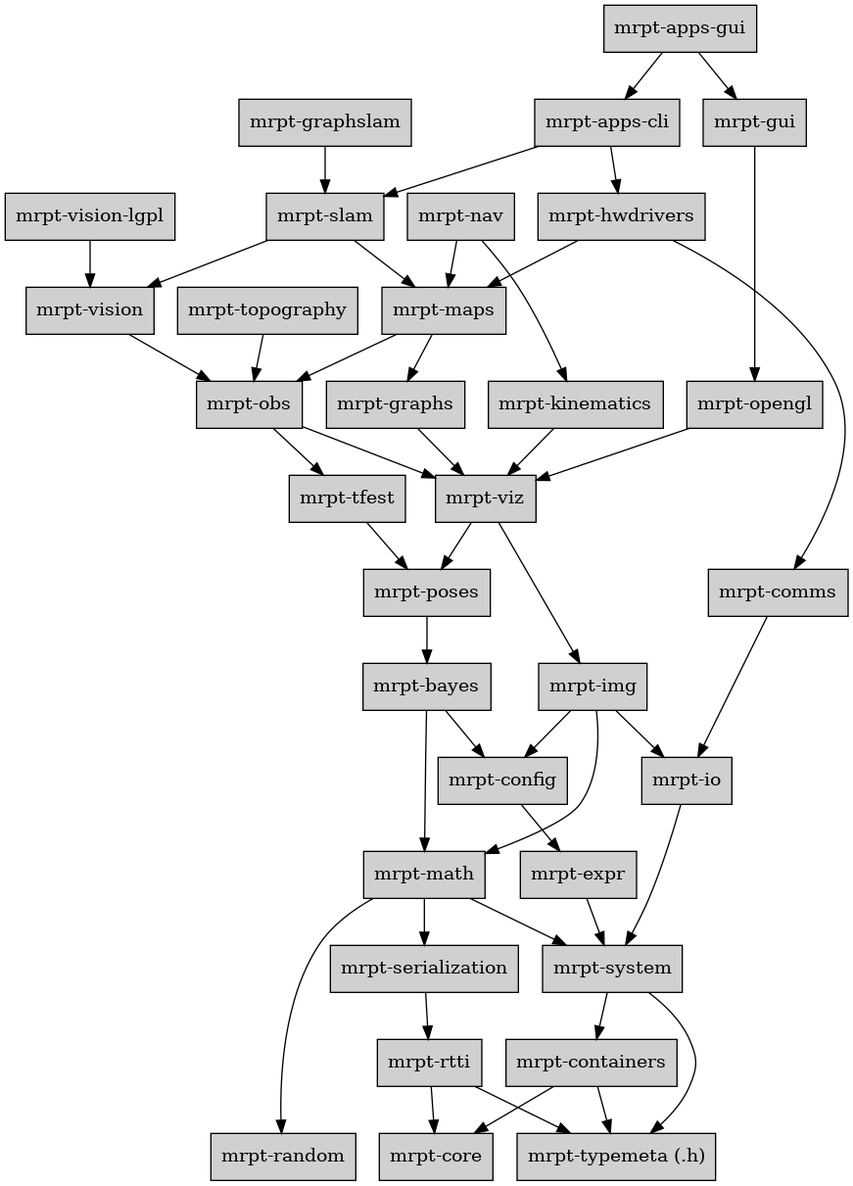
Before: doc/source/images/graph_mrpt_libs.png, a diagram exported from Graphviz (MRPT/mrpt). Its source is kept beside it as doc/source/images/graph_mrpt_libs.dot.
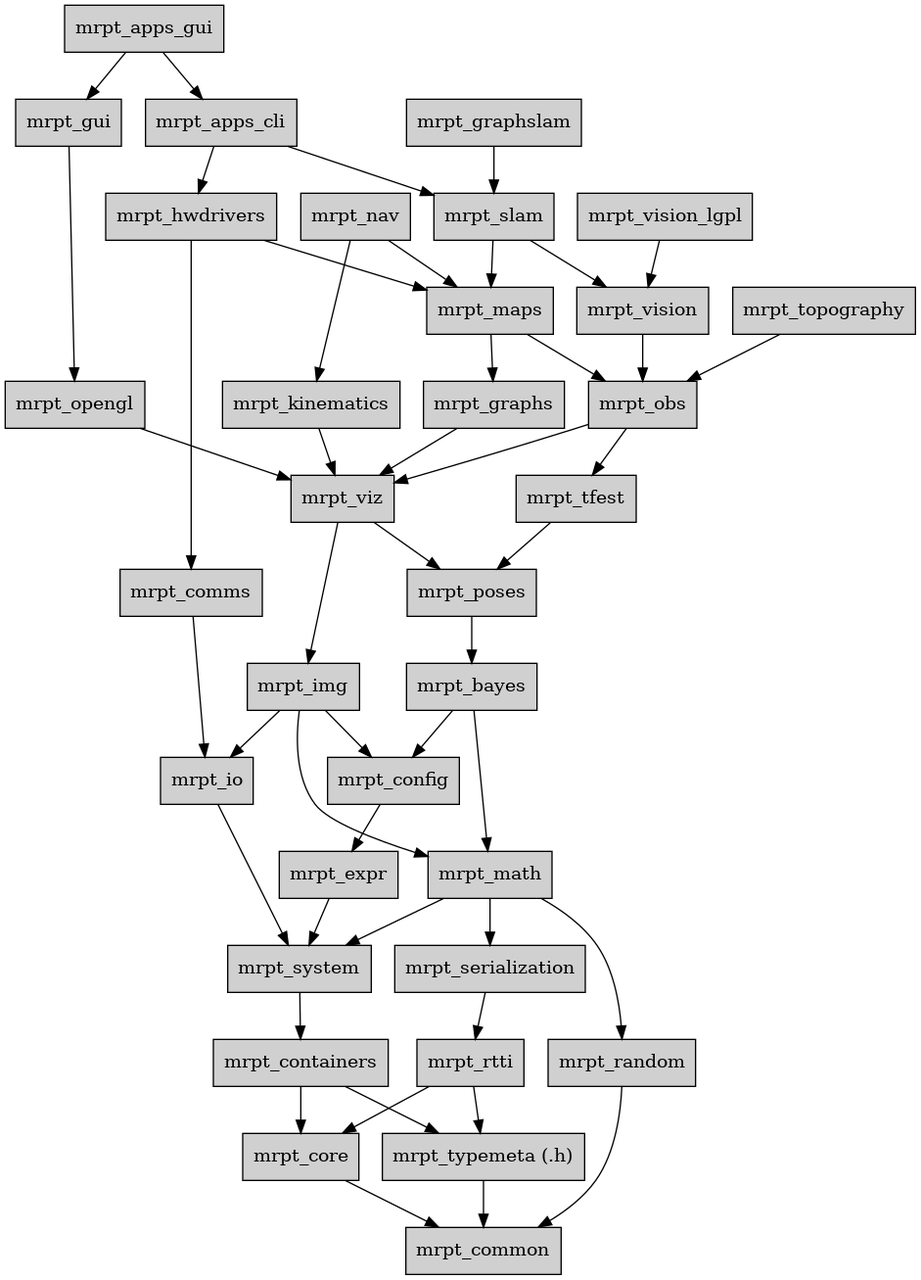
Later version of the same file.

What changed in the source:
```diff
@@ -2,118 +2,116 @@
 
 	node [shape=box,style=filled, fillcolor="#D0D0D0"];
 
-	apps_gui [label="mrpt-apps-gui",URL="group_mrpt_apps_gui_grp.html"];
+	common [label="mrpt_common",URL="mrpt_common.html"];
+
+	apps_gui [label="mrpt_apps_gui",URL="group_mrpt_apps_gui_grp.html"];
 	apps_gui -> apps_cli;
 	apps_gui -> gui;
 
-	apps_cli [label="mrpt-apps-cli",URL="group_mrpt_apps_cli_grp.html"];
+	apps_cli [label="mrpt_apps_cli",URL="group_mrpt_apps_cli_grp.html"];
 	apps_cli -> slam;
 	apps_cli -> hwdrivers;
 
-	bayes [label="mrpt-bayes",URL="group_mrpt_bayes_grp.html"];
+	bayes [label="mrpt_bayes",URL="group_mrpt_bayes_grp.html"];
 	bayes -> math;
 	bayes -> config;
 
-	comms [label="mrpt-comms",URL="group_mrpt_comms_grp.html"];
+	comms [label="mrpt_comms",URL="group_mrpt_comms_grp.html"];
 	comms -> io;
 
-	config   [label="mrpt-config",URL="group_mrpt_config_grp.html"];
+	config   [label="mrpt_config",URL="group_mrpt_config_grp.html"];
 	config -> expr;
 
-	containers  [label="mrpt-containers",URL="group_mrpt_containers_grp.html"];
+	containers  [label="mrpt_containers",URL="group_mrpt_containers_grp.html"];
 	containers -> core;
 	containers -> typemeta;
 
-	{ rank = sink;
-	core       [label="mrpt-core",URL="group_mrpt_core_grp.html"];
-	}
+	core       [label="mrpt_core",URL="group_mrpt_core_grp.html"];
+	core -> common;
 
-	expr       [label="mrpt-expr",URL="group_mrpt_expr_grp.html"];
+	expr       [label="mrpt_expr",URL="group_mrpt_expr_grp.html"];
 	expr -> system;
 
-	graphs     [label="mrpt-graphs",URL="group_mrpt_graphs_grp.html"];
+	graphs     [label="mrpt_graphs",URL="group_mrpt_graphs_grp.html"];
 	graphs -> viz;
 
-	graphslam  [label="mrpt-graphslam",URL="group_mrpt_graphslam_grp.html"];
+	graphslam  [label="mrpt_graphslam",URL="group_mrpt_graphslam_grp.html"];
 	graphslam -> slam;
 
-	gui        [label="mrpt-gui",URL="group_mrpt_gui_grp.html"];
+	gui        [label="mrpt_gui",URL="group_mrpt_gui_grp.html"];
 	gui -> opengl;
 
-	viz        [label="mrpt-viz",URL="group_mrpt_viz_grp.html"];
+	viz        [label="mrpt_viz",URL="group_mrpt_viz_grp.html"];
 	viz -> poses;
 	viz -> img;
 
-	hwdrivers  [label="mrpt-hwdrivers",URL="group_mrpt_hwdrivers_grp.html"];
+	hwdrivers  [label="mrpt_hwdrivers",URL="group_mrpt_hwdrivers_grp.html"];
 	hwdrivers -> comms;
 	hwdrivers -> maps;
 
-	img [label="mrpt-img",URL="group_mrpt_img_grp.html"];
+	img [label="mrpt_img",URL="group_mrpt_img_grp.html"];
 	img  -> io;
 	img  -> math;
 	img  -> config;
 
-	io [label="mrpt-io",URL="group_mrpt_io_grp.html"];
+	io [label="mrpt_io",URL="group_mrpt_io_grp.html"];
 	io  -> system;
 
-	kinematics [label="mrpt-kinematics",URL="group_mrpt_kinematics_grp.html"];
+	kinematics [label="mrpt_kinematics",URL="group_mrpt_kinematics_grp.html"];
 	kinematics -> viz;
 
-	maps       [label="mrpt-maps",URL="group_mrpt_maps_grp.html"];
+	maps       [label="mrpt_maps",URL="group_mrpt_maps_grp.html"];
 	maps -> graphs;
 	maps -> obs;
 
-	math       [label="mrpt-math",URL="group_mrpt_math_grp.html"];
+	math       [label="mrpt_math",URL="group_mrpt_math_grp.html"];
 	math -> serialization;
 	math -> random;
 	math -> system;
 
-	nav        [label="mrpt-nav",URL="group_mrpt_nav_grp.html"];
+	nav        [label="mrpt_nav",URL="group_mrpt_nav_grp.html"];
 	nav -> kinematics;
 	nav -> maps;
 
-	obs        [label="mrpt-obs",URL="group_mrpt_obs_grp.html"];
+	obs        [label="mrpt_obs",URL="group_mrpt_obs_grp.html"];
 	obs -> viz;
 	obs -> tfest;
 
-	opengl     [label="mrpt-opengl", URL="group_mrpt_opengl_grp.html"];
+	opengl     [label="mrpt_opengl", URL="group_mrpt_opengl_grp.html"];
 	opengl -> viz;
 
-	poses     [label="mrpt-poses",URL="group_mrpt_poses_grp.html"];
+	poses     [label="mrpt_poses",URL="group_mrpt_poses_grp.html"];
 	poses -> bayes;
 
-	{ rank = sink;
-	random     [label="mrpt-random",URL="group_mrpt_random_grp.html"];
-	}
+	random     [label="mrpt_random",URL="group_mrpt_random_grp.html"];
+	random -> common;
 
-	rtti     [label="mrpt-rtti",URL="group_mrpt_rtti_grp.html"];
+	rtti     [label="mrpt_rtti",URL="group_mrpt_rtti_grp.html"];
 	rtti -> core;
 	rtti -> typemeta;
 
-	serialization [label="mrpt-serialization",URL="group_mrpt_serialization_grp.html"];
+	serialization [label="mrpt_serialization",URL="group_mrpt_serialization_grp.html"];
 	serialization -> rtti;
 
-	slam       [label="mrpt-slam",URL="group_mrpt_slam_grp.html"];
+	slam       [label="mrpt_slam",URL="group_mrpt_slam_grp.html"];
 	slam -> maps;
 	slam -> vision;
 
-	system     [label="mrpt-system",URL="group_mrpt_system_grp.html"];
-	system -> typemeta;
+	system     [label="mrpt_system",URL="group_mrpt_system_grp.html"];
 	system -> containers;
 
-	tfest      [label="mrpt-tfest",URL="group_mrpt_tfest_grp.html"];
+	tfest      [label="mrpt_tfest",URL="group_mrpt_tfest_grp.html"];
 	tfest -> poses;
 
-	topography [label="mrpt-topography",URL="group_mrpt_topography_grp.html"];
+	topography [label="mrpt_topography",URL="group_mrpt_topography_grp.html"];
 	topography -> obs;
 
-	{ rank = sink;
-	typemeta [label="mrpt-typemeta (.h)",URL="group_mrpt_typemeta_grp.html"];
-	}
+	typemeta [label="mrpt_typemeta (.h)",URL="group_mrpt_typemeta_grp.html"];
+	typemeta -> common;
 
-	vision     [label="mrpt-vision",URL="group_mrpt_vision_grp.html"];
+	vision     [label="mrpt_vision",URL="group_mrpt_vision_grp.html"];
 	vision -> obs;
 
-	visionlgpl     [label="mrpt-vision-lgpl",URL="group_mrpt_vision_lgpl_grp.html"];
+	visionlgpl     [label="mrpt_vision_lgpl",URL="group_mrpt_vision_lgpl_grp.html"];
 	visionlgpl -> vision;
 }
```
